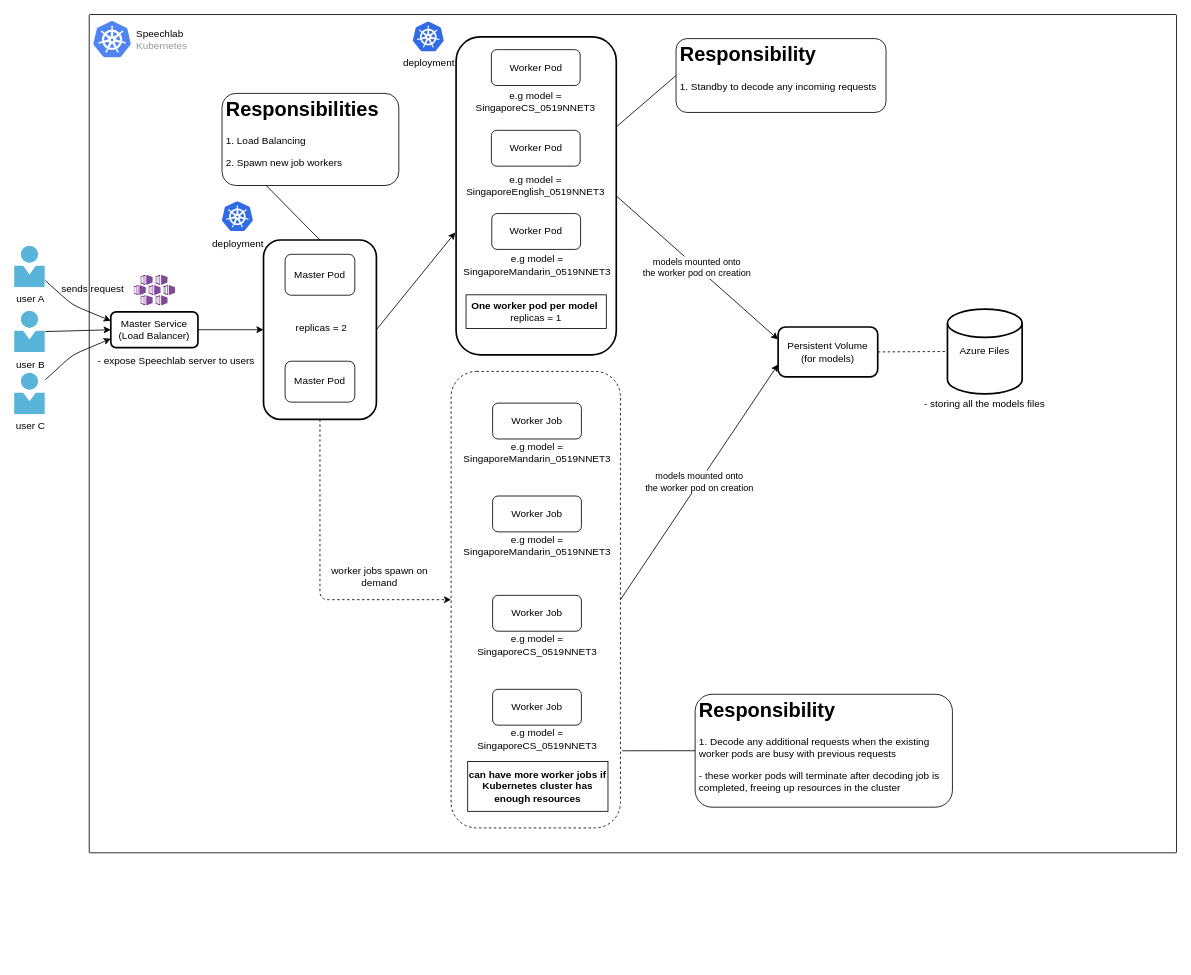
Before: architecture_diagram.drawio in cogitoergosumsw/speechlab-aims-kaldi-aks, a draw.io diagram. Source tidied: cells renumbered, new cells numbered last; positions are measured from the earlier drawing's top-left corner, leaving out a move shared by most shapes. Both pictures are drawn from the tidied source at 83%, with x=0, y=0 at pixel (14, 14).
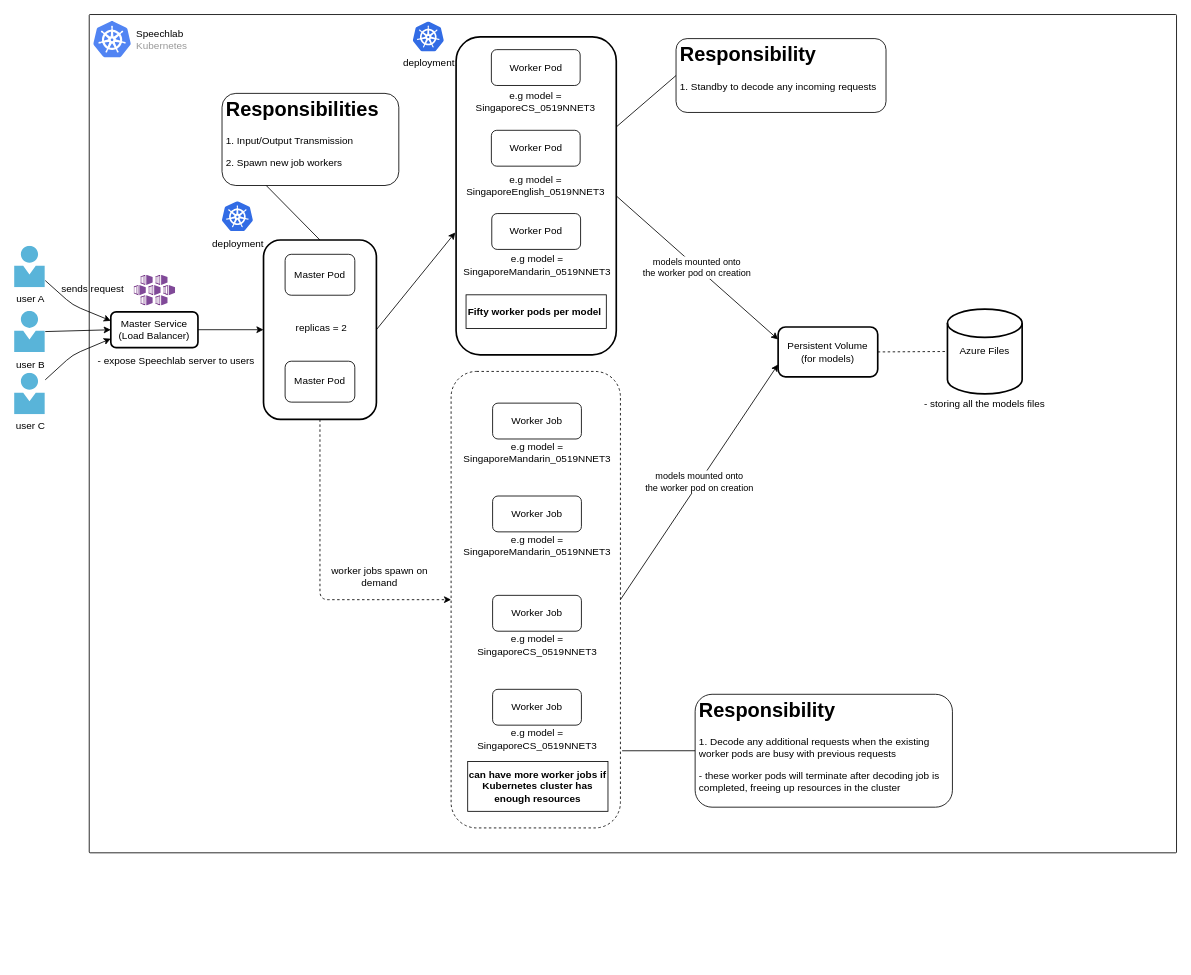
The same page after the edit.

Commit message (it also covers changes not shown here):
update architecture diagram

The change refers to these unchanged cells:
```xml
<mxCell id="10" style="strokeColor=#000000;fillColor=none;shadow=0;strokeWidth=1;rounded=1;absoluteArcSize=1;arcSize=2;" parent="9" vertex="1">
  <mxGeometry width="1310" height="1010" as="geometry" />
</mxCell>
```

Diff of the diagram source:
```diff
@@
-    <mxCell id="15" value="&lt;h1&gt;Responsibilities&lt;/h1&gt;&lt;p&gt;1. Load Balancing&lt;/p&gt;&lt;p&gt;2. Spawn new job workers&lt;/p&gt;" style="text;html=1;strokeColor=#000000;fillColor=none;spacing=5;spacingTop=-20;whiteSpace=wrap;overflow=hidden;rounded=1;" parent="10" vertex="1">
+    <mxCell id="15" value="&lt;h1&gt;Responsibilities&lt;/h1&gt;&lt;p&gt;1. Input/Output Transmission&lt;/p&gt;&lt;p&gt;2. Spawn new job workers&lt;/p&gt;" style="text;html=1;strokeColor=#000000;fillColor=none;spacing=5;spacingTop=-20;whiteSpace=wrap;overflow=hidden;rounded=1;" parent="10" vertex="1">
       <mxGeometry x="160" y="95" width="213" height="111" as="geometry" />
     </mxCell>
@@
-    <mxCell id="17" value="&lt;b&gt;One worker pod per model&lt;/b&gt;&amp;nbsp;&lt;br&gt;replicas = 1" style="text;html=1;strokeColor=#000000;fillColor=none;align=center;verticalAlign=middle;whiteSpace=wrap;rounded=0;shadow=0;glass=0;comic=0;" parent="10" vertex="1">
+    <mxCell id="17" value="&lt;b&gt;Fifty worker pods per model&lt;/b&gt;&amp;nbsp;" style="text;html=1;strokeColor=#000000;fillColor=none;align=center;verticalAlign=middle;whiteSpace=wrap;rounded=0;shadow=0;glass=0;comic=0;" parent="10" vertex="1">
       <mxGeometry x="454" y="337.7" width="169" height="40.6" as="geometry" />
     </mxCell>
```
